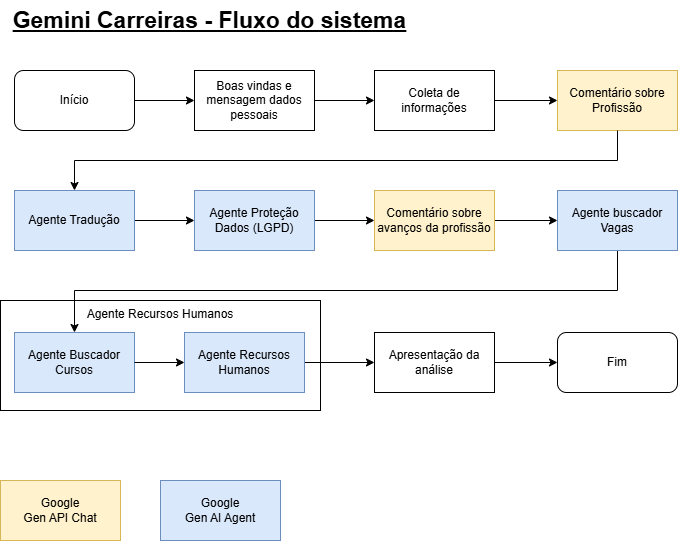
The draw.io diagram fluxo/Fluxo-Gemini-Carreiras-drawio.png in knodlerc/gemini-carreiras, before a commit. Source tidied: cells renumbered, new cells last; positions are measured from the earlier drawing's top-left corner, leaving out a move shared by most shapes. The source it was exported from:
```xml
<mxGraphModel>
  <root>
    <mxCell id="0" />
    <mxCell id="1" parent="0" />
    <mxCell id="2" value="Agente Recursos Humanos" style="rounded=0;whiteSpace=wrap;html=1;verticalAlign=top;" parent="1" vertex="1">
      <mxGeometry y="300" width="320" height="110" as="geometry" />
    </mxCell>
    <mxCell id="3" value="Agente Buscador Cursos" style="rounded=0;whiteSpace=wrap;html=1;fillColor=#dae8fc;strokeColor=#6c8ebf;" parent="1" vertex="1">
      <mxGeometry x="14" y="332" width="120" height="60" as="geometry" />
    </mxCell>
    <mxCell id="4" style="edgeStyle=orthogonalEdgeStyle;rounded=0;jettySize=auto;html=1;entryX=0;entryY=0.5;entryDx=0;entryDy=0;" parent="1" edge="1" source="5" target="24">
      <mxGeometry relative="1" as="geometry" />
    </mxCell>
    <mxCell id="5" value="Agente Recursos Humanos" style="rounded=0;whiteSpace=wrap;html=1;fillColor=#dae8fc;strokeColor=#6c8ebf;" parent="1" vertex="1">
      <mxGeometry x="184" y="332" width="120" height="60" as="geometry" />
    </mxCell>
    <mxCell id="6" value="Início" style="rounded=1;whiteSpace=wrap;html=1;" parent="1" vertex="1">
      <mxGeometry x="14" y="70" width="120" height="60" as="geometry" />
    </mxCell>
    <mxCell id="7" value="Boas vindas e mensagem dados pessoais" style="rounded=0;whiteSpace=wrap;html=1;" parent="1" vertex="1">
      <mxGeometry x="194" y="70" width="120" height="60" as="geometry" />
    </mxCell>
    <mxCell id="8" style="endArrow=classic;html=1;rounded=0;exitX=1;exitY=0.5;exitDx=0;exitDy=0;entryX=0;entryY=0.5;entryDx=0;entryDy=0;" parent="1" edge="1" source="6" target="7">
      <mxGeometry relative="1" as="geometry" />
    </mxCell>
    <mxCell id="9" style="edgeStyle=orthogonalEdgeStyle;rounded=0;jettySize=auto;html=1;entryX=0;entryY=0.5;entryDx=0;entryDy=0;" parent="1" edge="1" source="10" target="13">
      <mxGeometry relative="1" as="geometry" />
    </mxCell>
    <mxCell id="10" value="Coleta de informações" style="rounded=0;whiteSpace=wrap;html=1;" parent="1" vertex="1">
      <mxGeometry x="374" y="70" width="120" height="60" as="geometry" />
    </mxCell>
    <mxCell id="11" style="endArrow=classic;html=1;rounded=0;exitX=1;exitY=0.5;exitDx=0;exitDy=0;" parent="1" edge="1" source="7" target="10">
      <mxGeometry relative="1" as="geometry" />
    </mxCell>
    <mxCell id="12" style="endArrow=classic;html=1;rounded=0;exitX=0.5;exitY=1;exitDx=0;exitDy=0;entryX=0.5;entryY=0;entryDx=0;entryDy=0;" parent="1" edge="1" source="21" target="3">
      <mxGeometry relative="1" as="geometry">
        <Array as="points">
          <mxPoint x="617" y="290" />
          <mxPoint x="74" y="290" />
        </Array>
      </mxGeometry>
    </mxCell>
    <mxCell id="13" value="Comentário sobre Profissão" style="rounded=0;whiteSpace=wrap;html=1;fillColor=#fff2cc;strokeColor=#d6b656;" parent="1" vertex="1">
      <mxGeometry x="557" y="70" width="120" height="60" as="geometry" />
    </mxCell>
    <mxCell id="14" style="edgeStyle=orthogonalEdgeStyle;rounded=0;jettySize=auto;html=1;entryX=0;entryY=0.5;entryDx=0;entryDy=0;" parent="1" edge="1" source="15" target="17">
      <mxGeometry relative="1" as="geometry" />
    </mxCell>
    <mxCell id="15" value="Agente Tradução" style="rounded=0;whiteSpace=wrap;html=1;fillColor=#dae8fc;strokeColor=#6c8ebf;" parent="1" vertex="1">
      <mxGeometry x="14" y="190" width="120" height="60" as="geometry" />
    </mxCell>
    <mxCell id="16" style="edgeStyle=orthogonalEdgeStyle;rounded=0;jettySize=auto;html=1;" parent="1" edge="1" source="17" target="20">
      <mxGeometry relative="1" as="geometry" />
    </mxCell>
    <mxCell id="17" value="Agente Proteção Dados (LGPD)" style="rounded=0;whiteSpace=wrap;html=1;fillColor=#dae8fc;strokeColor=#6c8ebf;" parent="1" vertex="1">
      <mxGeometry x="194" y="190" width="120" height="60" as="geometry" />
    </mxCell>
    <mxCell id="18" style="endArrow=classic;html=1;rounded=0;exitX=0.5;exitY=1;exitDx=0;exitDy=0;entryX=0.5;entryY=0;entryDx=0;entryDy=0;" parent="1" edge="1" source="13" target="15">
      <mxGeometry relative="1" as="geometry">
        <Array as="points">
          <mxPoint x="617" y="160" />
          <mxPoint x="74" y="160" />
        </Array>
      </mxGeometry>
    </mxCell>
    <mxCell id="19" style="edgeStyle=orthogonalEdgeStyle;rounded=0;jettySize=auto;html=1;entryX=0;entryY=0.5;entryDx=0;entryDy=0;" parent="1" edge="1" source="20" target="21">
      <mxGeometry relative="1" as="geometry" />
    </mxCell>
    <mxCell id="20" value="Comentário sobre avanços da&amp;nbsp;&lt;span style=&quot;background-color: transparent; color: light-dark(rgb(0, 0, 0), rgb(255, 255, 255));&quot;&gt;profissão&lt;/span&gt;" style="rounded=0;whiteSpace=wrap;html=1;fillColor=#fff2cc;strokeColor=#d6b656;" parent="1" vertex="1">
      <mxGeometry x="374" y="190" width="120" height="60" as="geometry" />
    </mxCell>
    <mxCell id="21" value="Agente buscador Vagas" style="rounded=0;whiteSpace=wrap;html=1;fillColor=#dae8fc;strokeColor=#6c8ebf;" parent="1" vertex="1">
      <mxGeometry x="557" y="190" width="120" height="60" as="geometry" />
    </mxCell>
    <mxCell id="22" style="edgeStyle=orthogonalEdgeStyle;rounded=0;jettySize=auto;html=1;entryX=0;entryY=0.5;entryDx=0;entryDy=0;" parent="1" edge="1" source="3" target="5">
      <mxGeometry relative="1" as="geometry" />
    </mxCell>
    <mxCell id="23" style="edgeStyle=orthogonalEdgeStyle;rounded=0;jettySize=auto;html=1;" parent="1" edge="1" source="24" target="25">
      <mxGeometry relative="1" as="geometry" />
    </mxCell>
    <mxCell id="24" value="Apresentação da análise" style="rounded=0;whiteSpace=wrap;html=1;" parent="1" vertex="1">
      <mxGeometry x="374" y="332" width="120" height="60" as="geometry" />
    </mxCell>
    <mxCell id="25" value="Fim" style="rounded=1;whiteSpace=wrap;html=1;" parent="1" vertex="1">
      <mxGeometry x="557" y="332" width="120" height="60" as="geometry" />
    </mxCell>
    <mxCell id="26" value="Gemini Carreiras - Fluxo do sistema" style="text;html=1;align=center;verticalAlign=middle;strokeColor=none;fillColor=none;fontStyle=5;fontSize=23;" parent="1" vertex="1">
      <mxGeometry x="14" width="390" height="40" as="geometry" />
    </mxCell>
    <mxCell id="27" value="Google&lt;div&gt;&lt;span style=&quot;background-color: transparent; color: light-dark(rgb(0, 0, 0), rgb(255, 255, 255));&quot;&gt;Gen API Chat&lt;/span&gt;&lt;/div&gt;" style="rounded=0;whiteSpace=wrap;html=1;fillColor=#fff2cc;strokeColor=#d6b656;" parent="1" vertex="1">
      <mxGeometry y="480" width="120" height="60" as="geometry" />
    </mxCell>
    <mxCell id="28" value="Google&lt;div&gt;Gen AI Agent&lt;/div&gt;" style="rounded=0;whiteSpace=wrap;html=1;fillColor=#dae8fc;strokeColor=#6c8ebf;" parent="1" vertex="1">
      <mxGeometry x="160" y="480" width="120" height="60" as="geometry" />
    </mxCell>
  </root>
</mxGraphModel>
```
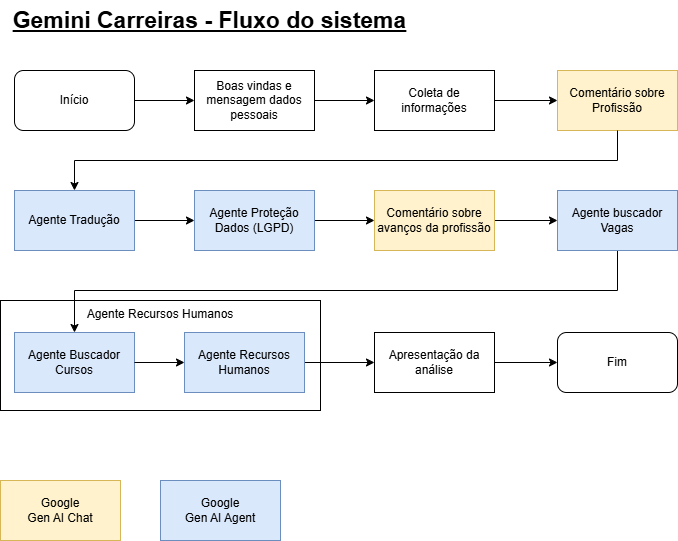
The same file after the commit.

Diff of the diagram source:
```diff
@@ -87,7 +87,7 @@
     <mxCell id="26" value="Gemini Carreiras - Fluxo do sistema" style="text;html=1;align=center;verticalAlign=middle;strokeColor=none;fillColor=none;fontStyle=5;fontSize=23;" parent="1" vertex="1">
       <mxGeometry x="14" width="390" height="40" as="geometry" />
     </mxCell>
-    <mxCell id="27" value="Google&lt;div&gt;&lt;span style=&quot;background-color: transparent; color: light-dark(rgb(0, 0, 0), rgb(255, 255, 255));&quot;&gt;Gen API Chat&lt;/span&gt;&lt;/div&gt;" style="rounded=0;whiteSpace=wrap;html=1;fillColor=#fff2cc;strokeColor=#d6b656;" parent="1" vertex="1">
+    <mxCell id="27" value="Google&lt;div&gt;&lt;span style=&quot;background-color: transparent; color: light-dark(rgb(0, 0, 0), rgb(255, 255, 255));&quot;&gt;Gen AI Chat&lt;/span&gt;&lt;/div&gt;" style="rounded=0;whiteSpace=wrap;html=1;fillColor=#fff2cc;strokeColor=#d6b656;" parent="1" vertex="1">
       <mxGeometry y="480" width="120" height="60" as="geometry" />
     </mxCell>
     <mxCell id="28" value="Google&lt;div&gt;Gen AI Agent&lt;/div&gt;" style="rounded=0;whiteSpace=wrap;html=1;fillColor=#dae8fc;strokeColor=#6c8ebf;" parent="1" vertex="1">
```
